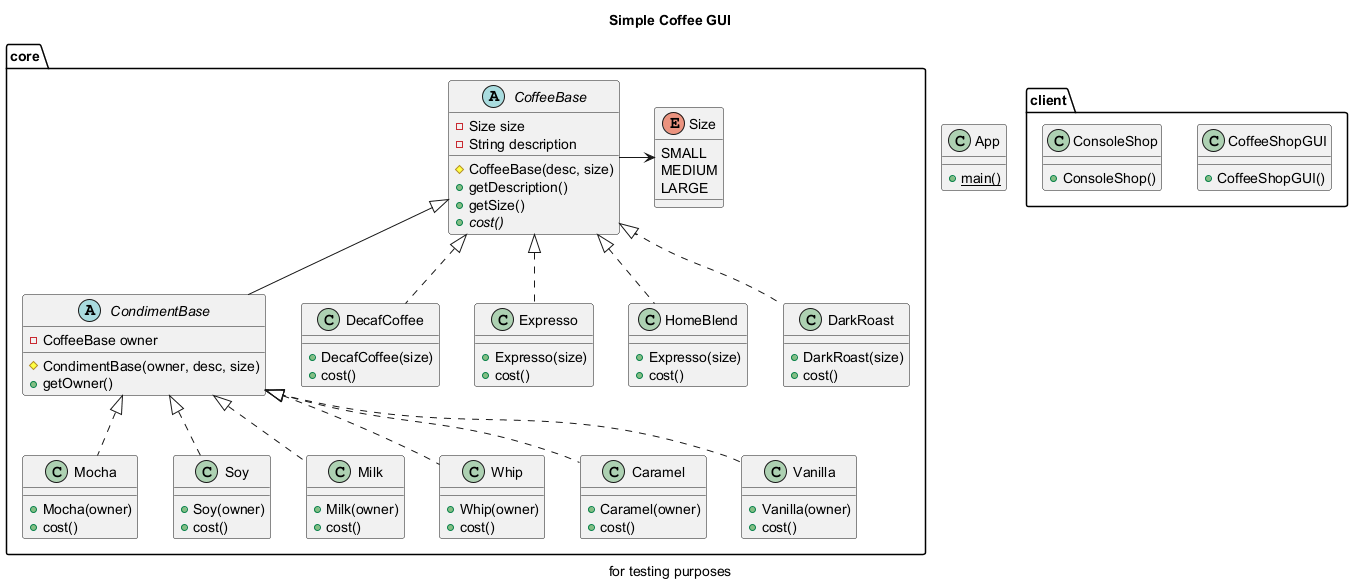
The PlantUML diagram docs/basic_cv.png in zeldafan3421/Assignment-Coffee-Shop-GUI-Decorator-Pattern-, before a commit. Its source is kept beside it as docs/basic_cv.puml.
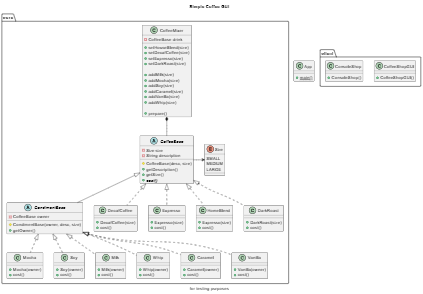
Above is the later version.

Change to the diagram source:
```diff
@@ -136,7 +136,11 @@
 
     class ConsoleShop
     {
+        -ArrayList<CoffeeBase> baseOptions
+        -ArrayList<CoffeeBase> addonOptions
         +ConsoleShop()
+        -run()
+        -printMenuList(list)
     }
     caption for testing purposes
 }
```
